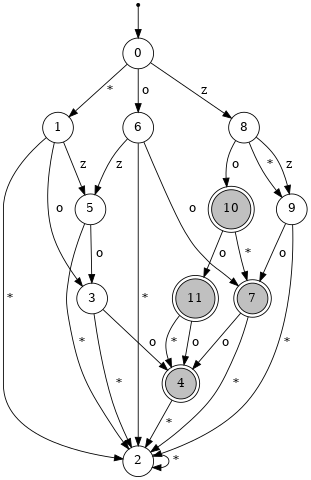
Earlier version of the Graphviz export graphs/poc_lev.png (lucasll37/CTC-34). Its source is kept beside it as graphs/graphViz/poc_lev.dot.
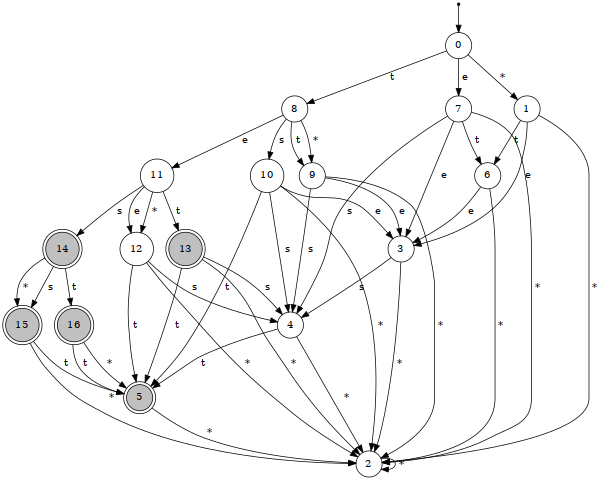
Above is the later version.

The edit, as a diff of the source:
```diff
@@ -2,10 +2,11 @@
 	rankdir=TB;
 	size="8,5"
 	node [shape = doublecircle];
-	4 [style=filled fillcolor=gray];
-	7 [style=filled fillcolor=gray];
-	10 [style=filled fillcolor=gray];
-	11 [style=filled fillcolor=gray];
+	5 [style=filled fillcolor=gray];
+	13 [style=filled fillcolor=gray];
+	14 [style=filled fillcolor=gray];
+	15 [style=filled fillcolor=gray];
+	16 [style=filled fillcolor=gray];
 	node [shape = circle];
 ini [shape=point];
 ini -> 0;
@@ -13,26 +14,46 @@
 	1 -> 2 [label=" * "];
 	3 -> 2 [label=" * "];
 	4 -> 2 [label=" * "];
-	3 -> 4 [label=" o "];
-	1 -> 3 [label=" o "];
 	5 -> 2 [label=" * "];
-	5 -> 3 [label=" o "];
-	1 -> 5 [label=" z "];
+	4 -> 5 [label=" t "];
+	3 -> 4 [label=" s "];
+	1 -> 3 [label=" e "];
+	6 -> 2 [label=" * "];
+	6 -> 3 [label=" e "];
+	1 -> 6 [label=" t "];
 	0 -> 1 [label=" * "];
-	6 -> 2 [label=" * "];
 	7 -> 2 [label=" * "];
-	7 -> 4 [label=" o "];
-	6 -> 7 [label=" o "];
-	6 -> 5 [label=" z "];
-	0 -> 6 [label=" o "];
+	7 -> 4 [label=" s "];
+	7 -> 3 [label=" e "];
+	7 -> 6 [label=" t "];
+	0 -> 7 [label=" e "];
 	9 -> 2 [label=" * "];
-	9 -> 7 [label=" o "];
+	9 -> 4 [label=" s "];
+	9 -> 3 [label=" e "];
 	8 -> 9 [label=" * "];
-	10 -> 7 [label=" * "];
-	11 -> 4 [label=" * "];
-	11 -> 4 [label=" o "];
-	10 -> 11 [label=" o "];
-	8 -> 10 [label=" o "];
-	8 -> 9 [label=" z "];
-	0 -> 8 [label=" z "];
+	10 -> 2 [label=" * "];
+	10 -> 5 [label=" t "];
+	10 -> 4 [label=" s "];
+	10 -> 3 [label=" e "];
+	8 -> 10 [label=" s "];
+	12 -> 2 [label=" * "];
+	12 -> 5 [label=" t "];
+	12 -> 4 [label=" s "];
+	11 -> 12 [label=" * "];
+	13 -> 2 [label=" * "];
+	13 -> 5 [label=" t "];
+	13 -> 4 [label=" s "];
+	11 -> 13 [label=" t "];
+	15 -> 2 [label=" * "];
+	15 -> 5 [label=" t "];
+	14 -> 15 [label=" * "];
+	16 -> 5 [label=" * "];
+	16 -> 5 [label=" t "];
+	14 -> 16 [label=" t "];
+	14 -> 15 [label=" s "];
+	11 -> 14 [label=" s "];
+	11 -> 12 [label=" e "];
+	8 -> 11 [label=" e "];
+	8 -> 9 [label=" t "];
+	0 -> 8 [label=" t "];
 }
```
